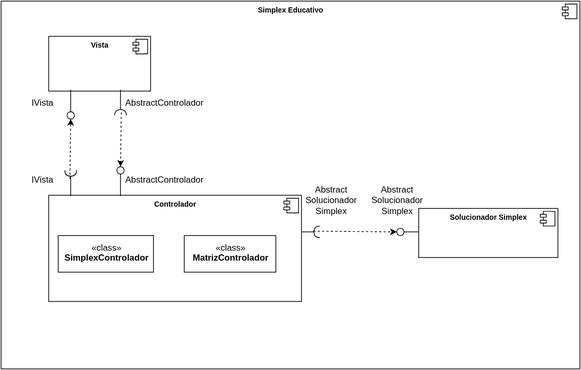
Earlier version of the draw.io export Diagramas/Componentes.svg (fm0195/Simplex_Educativo). Source tidied: cells renumbered, new cells last; positions are measured from the earlier drawing's top-left corner, leaving out a move shared by most shapes.
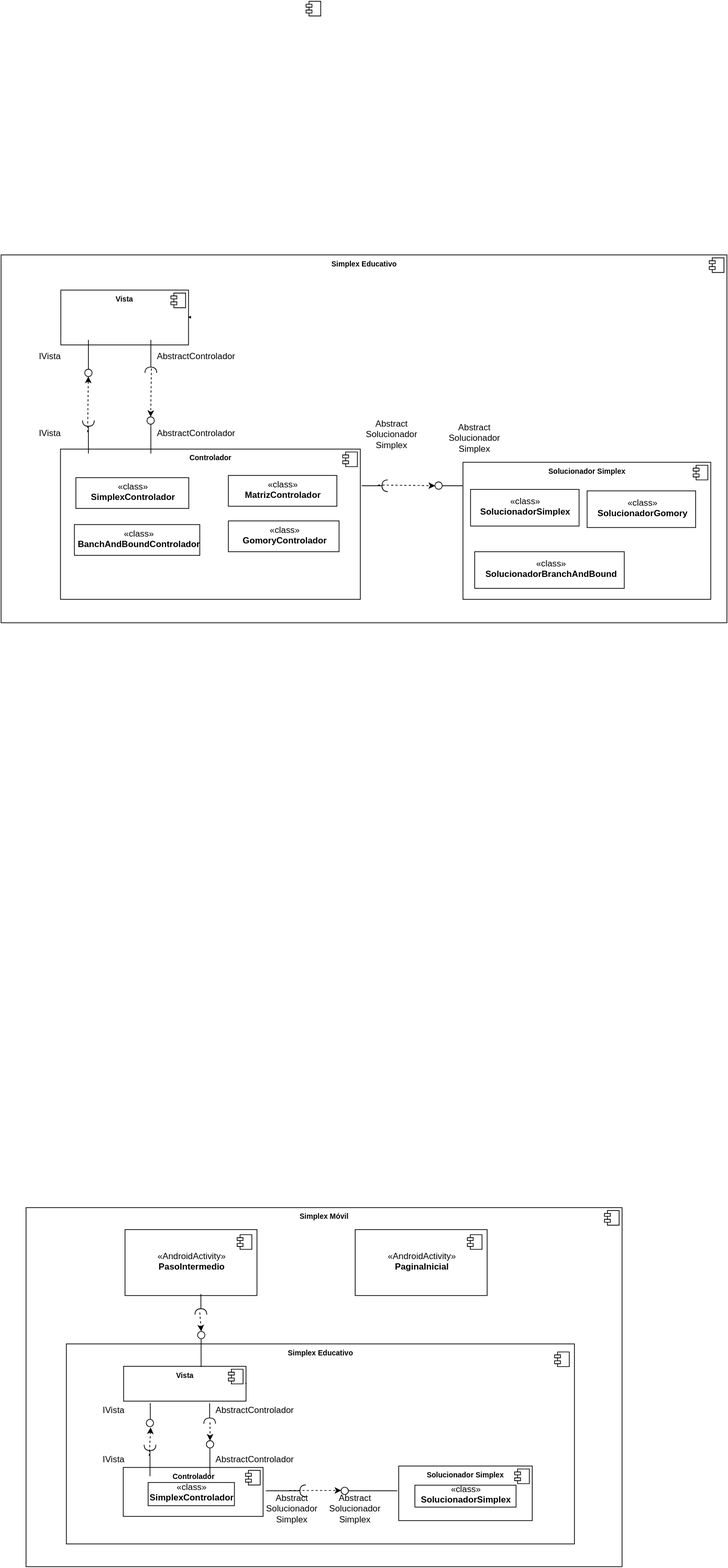
After the change.

Change to the diagram source:
```diff
@@ -3,7 +3,7 @@
     <mxCell id="0" style="html=1;" />
     <mxCell id="1" style="html=1;" parent="0" />
     <mxCell id="2" value="&lt;p style=&quot;margin: 0px ; margin-top: 6px ; text-align: center&quot;&gt;&lt;b&gt;Simplex Educativo&lt;/b&gt;&lt;/p&gt;" style="align=left;overflow=fill;html=1;fontSize=10;" parent="1" vertex="1">
-      <mxGeometry width="790" height="502" as="geometry" />
+      <mxGeometry width="990" height="502" as="geometry" />
     </mxCell>
     <mxCell id="3" style="shape=component;jettyWidth=8;jettyHeight=4;" parent="2" vertex="1">
       <mxGeometry x="1" width="20" height="20" relative="1" as="geometry">
@@ -11,7 +11,7 @@
       </mxGeometry>
     </mxCell>
     <mxCell id="4" value="&lt;p style=&quot;margin: 0px ; margin-top: 6px ; text-align: center&quot;&gt;&lt;b&gt;Vista&lt;/b&gt;&lt;/p&gt;" style="align=left;overflow=fill;html=1;fontSize=10;" parent="2" vertex="1">
-      <mxGeometry x="65" y="48.1" width="139" height="74.8" as="geometry" />
+      <mxGeometry x="81.5" y="48.1" width="174.2" height="74.8" as="geometry" />
     </mxCell>
     <mxCell id="5" style="shape=component;jettyWidth=8;jettyHeight=4;" parent="4" vertex="1">
       <mxGeometry x="1" width="20" height="20" relative="1" as="geometry">
@@ -19,7 +19,7 @@
       </mxGeometry>
     </mxCell>
     <mxCell id="6" value="&lt;p style=&quot;margin: 0px ; margin-top: 6px ; text-align: center&quot;&gt;&lt;b&gt;Controlador&lt;/b&gt;&lt;/p&gt;" style="align=left;overflow=fill;html=1;fontSize=10;" parent="2" vertex="1">
-      <mxGeometry x="65" y="265" width="345" height="145" as="geometry" />
+      <mxGeometry x="81" y="265" width="409" height="205" as="geometry" />
     </mxCell>
     <mxCell id="7" style="shape=component;jettyWidth=8;jettyHeight=4;" parent="6" vertex="1">
       <mxGeometry x="1" width="20" height="20" relative="1" as="geometry">
@@ -27,72 +27,214 @@
       </mxGeometry>
     </mxCell>
     <mxCell id="8" value="«class»&lt;br&gt;&lt;b&gt;SimplexControlador&lt;/b&gt;" style="html=1;" parent="6" vertex="1">
-      <mxGeometry x="13" y="55" width="130" height="50" as="geometry" />
+      <mxGeometry x="21" y="39" width="154" height="42" as="geometry" />
     </mxCell>
     <mxCell id="9" value="«class»&lt;br&gt;&lt;b&gt;MatrizControlador&lt;/b&gt;" style="html=1;" parent="6" vertex="1">
-      <mxGeometry x="185" y="55" width="125" height="50" as="geometry" />
+      <mxGeometry x="229" y="36" width="148" height="42" as="geometry" />
     </mxCell>
+    <mxCell id="29" value="«class»&lt;br&gt;&lt;b&gt;BanchAndBoundControlador&lt;/b&gt;" style="html=1;" parent="6" vertex="1">
+      <mxGeometry x="19" y="103" width="171" height="42" as="geometry" />
+    </mxCell>
+    <mxCell id="30" value="«class»&lt;br&gt;&lt;b&gt;GomoryControlador&lt;/b&gt;" style="html=1;" parent="6" vertex="1">
+      <mxGeometry x="229" y="98" width="151" height="42" as="geometry" />
+    </mxCell>
     <mxCell id="10" value="&lt;p style=&quot;margin: 0px ; margin-top: 6px ; text-align: center&quot;&gt;&lt;b&gt;Solucionador Simplex&lt;/b&gt;&lt;/p&gt;" style="align=left;overflow=fill;html=1;fontSize=10;" parent="2" vertex="1">
-      <mxGeometry x="570" y="283" width="190" height="67" as="geometry" />
+      <mxGeometry x="630" y="283" width="338" height="187" as="geometry" />
     </mxCell>
     <mxCell id="11" style="shape=component;jettyWidth=8;jettyHeight=4;" parent="10" vertex="1">
       <mxGeometry x="1" width="20" height="20" relative="1" as="geometry">
         <mxPoint x="-24" y="4" as="offset" />
       </mxGeometry>
     </mxCell>
+    <mxCell id="31" value="«class»&lt;br&gt;&lt;b&gt;SolucionadorSimplex&lt;/b&gt;" style="html=1;" parent="10" vertex="1">
+      <mxGeometry x="10.3" y="37" width="148" height="50" as="geometry" />
+    </mxCell>
+    <mxCell id="32" value="«class»&lt;br&gt;&lt;b&gt;SolucionadorBranchAndBound&lt;/b&gt;" style="html=1;" parent="10" vertex="1">
+      <mxGeometry x="16" y="122" width="204" height="50" as="geometry" />
+    </mxCell>
+    <mxCell id="33" value="«class»&lt;br&gt;&lt;b&gt;SolucionadorGomory&lt;/b&gt;" style="html=1;" parent="10" vertex="1">
+      <mxGeometry x="169.3" y="39" width="148" height="50" as="geometry" />
+    </mxCell>
     <mxCell id="12" style="edgeStyle=none;rounded=0;html=1;exitX=1;exitY=0.5;dashed=1;startFill=0;endArrow=block;endFill=1;jettySize=auto;orthogonalLoop=1;fontSize=10;" parent="2" edge="1" source="4" target="4">
       <mxGeometry relative="1" as="geometry" />
     </mxCell>
     <mxCell id="13" style="shape=requires;direction=north;html=1;rotation=-90;" parent="2" vertex="1">
-      <mxGeometry x="143" y="131" width="40" height="20" as="geometry" />
+      <mxGeometry x="179.2" y="131" width="50.1" height="20" as="geometry" />
     </mxCell>
     <mxCell id="14" style="shape=lollipop;direction=south;html=1;rotation=-90;" parent="2" vertex="1">
-      <mxGeometry x="143" y="241" width="40" height="10" as="geometry" />
+      <mxGeometry x="179.2" y="241" width="50.1" height="10" as="geometry" />
     </mxCell>
     <mxCell id="15" value="AbstractControlador" style="text;html=1;align=left;verticalAlign=top;spacingTop=-4;" parent="2" vertex="1">
-      <mxGeometry x="168" y="131" width="120" height="20" as="geometry" />
+      <mxGeometry x="210.5" y="131" width="120" height="20" as="geometry" />
     </mxCell>
     <mxCell id="16" value="AbstractControlador" style="text;html=1;align=left;verticalAlign=top;spacingTop=-4;" parent="2" vertex="1">
-      <mxGeometry x="168" y="236" width="120" height="20" as="geometry" />
+      <mxGeometry x="210.5" y="236" width="120" height="20" as="geometry" />
     </mxCell>
     <mxCell id="17" style="endArrow=classic;html=1;dashed=1;exitX=0.45;exitY=0.225;exitPerimeter=0;entryX=0.5;entryY=0;entryPerimeter=0;" parent="2" edge="1" source="13" target="14">
       <mxGeometry relative="1" as="geometry" />
     </mxCell>
     <mxCell id="18" style="shape=lollipop;direction=south;html=1;rotation=90;" parent="2" vertex="1">
-      <mxGeometry x="75" y="136" width="40" height="10" as="geometry" />
+      <mxGeometry x="94" y="136" width="50.1" height="10" as="geometry" />
     </mxCell>
     <mxCell id="19" style="shape=requires;direction=north;html=1;rotation=90;" parent="2" vertex="1">
-      <mxGeometry x="75" y="236" width="40" height="20" as="geometry" />
+      <mxGeometry x="94" y="236" width="50.1" height="20" as="geometry" />
     </mxCell>
     <mxCell id="20" style="endArrow=classic;html=1;dashed=1;exitX=0.45;exitY=0.425;exitPerimeter=0;entryX=0.5;entryY=0;entryPerimeter=0;" parent="2" edge="1" source="19" target="18">
       <mxGeometry relative="1" as="geometry" />
     </mxCell>
     <mxCell id="21" value="IVista" style="text;html=1;align=left;verticalAlign=top;spacingTop=-4;" parent="2" vertex="1">
-      <mxGeometry x="40" y="131" width="50" height="20" as="geometry" />
+      <mxGeometry x="50.1" y="131" width="50" height="20" as="geometry" />
     </mxCell>
     <mxCell id="22" value="IVista" style="text;html=1;align=left;verticalAlign=top;spacingTop=-4;" parent="2" vertex="1">
-      <mxGeometry x="40" y="236" width="50" height="20" as="geometry" />
+      <mxGeometry x="50.1" y="236" width="50" height="20" as="geometry" />
     </mxCell>
     <mxCell id="23" style="shape=lollipop;direction=south;html=1;rotation=180;" parent="2" vertex="1">
-      <mxGeometry x="540" y="310" width="30" height="10" as="geometry" />
+      <mxGeometry x="592" y="310" width="37.6" height="10" as="geometry" />
     </mxCell>
     <mxCell id="24" style="shape=requires;direction=north;html=1;rotation=180;" parent="2" vertex="1">
-      <mxGeometry x="410" y="305" width="30" height="20" as="geometry" />
+      <mxGeometry x="491.9" y="305" width="40.6" height="20" as="geometry" />
     </mxCell>
     <mxCell id="25" value="Abstract&lt;div&gt;Solucionador&lt;/div&gt;&lt;div&gt;Simplex&lt;/div&gt;" style="text;html=1;strokeColor=none;fillColor=none;align=center;verticalAlign=middle;whiteSpace=wrap;" parent="2" vertex="1">
-      <mxGeometry x="500" y="251" width="80" height="45" as="geometry" />
+      <mxGeometry x="595.8" y="229" width="100.3" height="45" as="geometry" />
     </mxCell>
     <mxCell id="26" value="Abstract&lt;div&gt;Solucionador&lt;/div&gt;&lt;div&gt;Simplex&lt;/div&gt;" style="text;html=1;strokeColor=none;fillColor=none;align=center;verticalAlign=middle;whiteSpace=wrap;" parent="2" vertex="1">
-      <mxGeometry x="410" y="251" width="80" height="45" as="geometry" />
+      <mxGeometry x="482.8" y="224" width="100.3" height="45" as="geometry" />
     </mxCell>
     <mxCell id="27" style="endArrow=classic;html=1;dashed=1;exitX=0.45;exitY=0.467;exitPerimeter=0;entryX=0.5;entryY=0;entryPerimeter=0;" parent="2" edge="1" source="24" target="23">
       <mxGeometry relative="1" as="geometry" />
     </mxCell>
     <mxCell id="28" style="edgeStyle=orthogonalEdgeStyle;rounded=0;html=1;exitX=0.5;exitY=0;exitPerimeter=0;entryX=0.5;entryY=0;entryPerimeter=0;dashed=1;startArrow=none;startFill=0;endArrow=open;endFill=0;jettySize=auto;orthogonalLoop=1;" parent="1" edge="1">
       <mxGeometry relative="1" as="geometry">
-        <mxPoint x="165" y="175" as="sourcePoint" />
-        <mxPoint x="165" y="175" as="targetPoint" />
+        <mxPoint x="165" y="170" as="sourcePoint" />
+        <mxPoint x="165" y="170" as="targetPoint" />
       </mxGeometry>
     </mxCell>
+    <mxCell id="34" value="&lt;p style=&quot;margin: 0px ; margin-top: 6px ; text-align: center&quot;&gt;&lt;b&gt;Simplex Móvil&lt;/b&gt;&lt;/p&gt;" style="align=left;overflow=fill;html=1;fontSize=10;" parent="1" vertex="1">
+      <mxGeometry x="34" y="1300" width="813" height="490" as="geometry" />
+    </mxCell>
+    <mxCell id="35" style="shape=component;jettyWidth=8;jettyHeight=4;" parent="34" vertex="1">
+      <mxGeometry x="1" width="20" height="20" relative="1" as="geometry">
+        <mxPoint x="-24" y="4" as="offset" />
+      </mxGeometry>
+    </mxCell>
+    <mxCell id="36" value="&lt;p style=&quot;margin: 0px ; margin-top: 6px ; text-align: center&quot;&gt;&lt;b&gt;Simplex Educativo&lt;/b&gt;&lt;/p&gt;" style="align=left;overflow=fill;html=1;fontSize=10;" parent="34" vertex="1">
+      <mxGeometry x="55" y="186" width="693" height="272.9" as="geometry" />
+    </mxCell>
+    <mxCell id="37" value="&lt;p style=&quot;margin: 0px ; margin-top: 6px ; text-align: center&quot;&gt;&lt;b&gt;Vista&lt;/b&gt;&lt;/p&gt;" style="align=left;overflow=fill;html=1;fontSize=10;" parent="34" vertex="1">
+      <mxGeometry x="133.1" y="216.6" width="167" height="47.6" as="geometry" />
+    </mxCell>
+    <mxCell id="38" style="shape=component;jettyWidth=8;jettyHeight=4;" parent="37" vertex="1">
+      <mxGeometry x="1" width="20" height="20" relative="1" as="geometry">
+        <mxPoint x="-24" y="4" as="offset" />
+      </mxGeometry>
+    </mxCell>
+    <mxCell id="39" value="&lt;p style=&quot;margin: 0px ; margin-top: 6px ; text-align: center&quot;&gt;&lt;b&gt;Controlador&lt;/b&gt;&lt;/p&gt;" style="align=left;overflow=fill;html=1;fontSize=10;" parent="34" vertex="1">
+      <mxGeometry x="132.6" y="354.6" width="190.7" height="66.8" as="geometry" />
+    </mxCell>
+    <mxCell id="40" style="shape=component;jettyWidth=8;jettyHeight=4;" parent="39" vertex="1">
+      <mxGeometry x="1" width="20" height="20" relative="1" as="geometry">
+        <mxPoint x="-24" y="4" as="offset" />
+      </mxGeometry>
+    </mxCell>
+    <mxCell id="41" value="«class»&lt;br&gt;&lt;b&gt;SimplexControlador&lt;/b&gt;" style="html=1;" parent="39" vertex="1">
+      <mxGeometry x="33.9" y="20.5" width="117.7" height="31.7" as="geometry" />
+    </mxCell>
+    <mxCell id="42" value="&lt;p style=&quot;margin: 0px ; margin-top: 6px ; text-align: center&quot;&gt;&lt;b&gt;Solucionador Simplex&lt;/b&gt;&lt;/p&gt;" style="align=left;overflow=fill;html=1;fontSize=10;" parent="34" vertex="1">
+      <mxGeometry x="508.4" y="352.7" width="182.1" height="74.4" as="geometry" />
+    </mxCell>
+    <mxCell id="43" style="shape=component;jettyWidth=8;jettyHeight=4;" parent="42" vertex="1">
+      <mxGeometry x="1" width="20" height="20" relative="1" as="geometry">
+        <mxPoint x="-24" y="4" as="offset" />
+      </mxGeometry>
+    </mxCell>
+    <mxCell id="44" value="«class»&lt;br&gt;&lt;b&gt;SolucionadorSimplex&lt;/b&gt;" style="html=1;" parent="42" vertex="1">
+      <mxGeometry x="22" y="26.1" width="138" height="29.9" as="geometry" />
+    </mxCell>
+    <mxCell id="45" style="edgeStyle=none;rounded=0;html=1;exitX=1;exitY=0.5;dashed=1;startFill=0;endArrow=block;endFill=1;jettySize=auto;orthogonalLoop=1;fontSize=10;" parent="34" edge="1" source="37" target="37">
+      <mxGeometry relative="1" as="geometry" />
+    </mxCell>
+    <mxCell id="46" style="shape=requires;direction=north;html=1;rotation=-90;" parent="34" vertex="1">
+      <mxGeometry x="234" y="277" width="33" height="13" as="geometry" />
+    </mxCell>
+    <mxCell id="47" style="shape=lollipop;direction=south;html=1;rotation=-90;" parent="34" vertex="1">
+      <mxGeometry x="226.8" y="339.3" width="48" height="6.4" as="geometry" />
+    </mxCell>
+    <mxCell id="48" value="AbstractControlador" style="text;html=1;align=left;verticalAlign=top;spacingTop=-4;" parent="34" vertex="1">
+      <mxGeometry x="256.8" y="269.3" width="120" height="20" as="geometry" />
+    </mxCell>
+    <mxCell id="49" value="AbstractControlador" style="text;html=1;align=left;verticalAlign=top;spacingTop=-4;" parent="34" vertex="1">
+      <mxGeometry x="256.8" y="336.2" width="120" height="20" as="geometry" />
+    </mxCell>
+    <mxCell id="50" style="endArrow=classic;html=1;dashed=1;exitX=0.45;exitY=0.225;exitPerimeter=0;entryX=0.5;entryY=0;entryPerimeter=0;" parent="34" edge="1" source="46" target="47">
+      <mxGeometry relative="1" as="geometry" />
+    </mxCell>
+    <mxCell id="51" style="shape=lollipop;direction=south;html=1;rotation=90;" parent="34" vertex="1">
+      <mxGeometry x="153" y="280" width="33" height="6" as="geometry" />
+    </mxCell>
+    <mxCell id="52" style="shape=requires;direction=north;html=1;rotation=90;" parent="34" vertex="1">
+      <mxGeometry x="145.1" y="336.2" width="48" height="12.7" as="geometry" />
+    </mxCell>
+    <mxCell id="53" style="endArrow=classic;html=1;dashed=1;exitX=0.45;exitY=0.425;exitPerimeter=0;entryX=0.5;entryY=0;entryPerimeter=0;" parent="34" edge="1" source="52" target="51">
+      <mxGeometry relative="1" as="geometry" />
+    </mxCell>
+    <mxCell id="54" value="IVista" style="text;html=1;align=left;verticalAlign=top;spacingTop=-4;" parent="34" vertex="1">
+      <mxGeometry x="103" y="269.3" width="50" height="20" as="geometry" />
+    </mxCell>
+    <mxCell id="55" value="IVista" style="text;html=1;align=left;verticalAlign=top;spacingTop=-4;" parent="34" vertex="1">
+      <mxGeometry x="103" y="336.2" width="50" height="20" as="geometry" />
+    </mxCell>
+    <mxCell id="56" style="shape=lollipop;direction=south;html=1;rotation=180;" parent="34" vertex="1">
+      <mxGeometry x="429.8" y="383.2" width="76.7" height="6.4" as="geometry" />
+    </mxCell>
+    <mxCell id="57" style="shape=requires;direction=north;html=1;rotation=180;" parent="34" vertex="1">
+      <mxGeometry x="327.2" y="380.1" width="59.4" height="12.7" as="geometry" />
+    </mxCell>
+    <mxCell id="58" value="Abstract&lt;div&gt;Solucionador&lt;/div&gt;&lt;div&gt;Simplex&lt;/div&gt;" style="text;html=1;strokeColor=none;fillColor=none;align=center;verticalAlign=middle;whiteSpace=wrap;" parent="34" vertex="1">
+      <mxGeometry x="400.9" y="398.5" width="96.1" height="28.6" as="geometry" />
+    </mxCell>
+    <mxCell id="59" value="Abstract&lt;div&gt;Solucionador&lt;/div&gt;&lt;div&gt;Simplex&lt;/div&gt;" style="text;html=1;strokeColor=none;fillColor=none;align=center;verticalAlign=middle;whiteSpace=wrap;" parent="34" vertex="1">
+      <mxGeometry x="314.6" y="398.5" width="96.1" height="28.6" as="geometry" />
+    </mxCell>
+    <mxCell id="60" style="endArrow=classic;html=1;dashed=1;exitX=0.45;exitY=0.467;exitPerimeter=0;entryX=0.5;entryY=0;entryPerimeter=0;" parent="34" edge="1" source="57" target="56">
+      <mxGeometry relative="1" as="geometry" />
+    </mxCell>
+    <mxCell id="61" style="shape=component;jettyWidth=8;jettyHeight=4;" parent="34" vertex="1">
+      <mxGeometry x="721" y="197" width="20" height="20" as="geometry">
+        <mxPoint x="-24" y="4" as="offset" />
+      </mxGeometry>
+    </mxCell>
+    <mxCell id="62" value="«AndroidActivity»&lt;br&gt;&lt;b&gt;PaginaInicial&lt;/b&gt;" style="html=1;" parent="34" vertex="1">
+      <mxGeometry x="449" y="30" width="180" height="90" as="geometry" />
+    </mxCell>
+    <mxCell id="63" style="shape=component;jettyWidth=8;jettyHeight=4;" parent="62" vertex="1">
+      <mxGeometry x="1" width="20" height="20" relative="1" as="geometry">
+        <mxPoint x="-27" y="7" as="offset" />
+      </mxGeometry>
+    </mxCell>
+    <mxCell id="64" value="«AndroidActivity»&lt;br&gt;&lt;b&gt;PasoIntermedio&lt;/b&gt;" style="html=1;" parent="34" vertex="1">
+      <mxGeometry x="135" y="30" width="180" height="90" as="geometry" />
+    </mxCell>
+    <mxCell id="65" style="shape=component;jettyWidth=8;jettyHeight=4;" parent="64" vertex="1">
+      <mxGeometry x="1" width="20" height="20" relative="1" as="geometry">
+        <mxPoint x="-27" y="7" as="offset" />
+      </mxGeometry>
+    </mxCell>
+    <mxCell id="66" style="shape=requires;direction=north;html=1;rotation=-90;" parent="34" vertex="1">
+      <mxGeometry x="222" y="128" width="33" height="13" as="geometry" />
+    </mxCell>
+    <mxCell id="67" style="shape=lollipop;direction=south;html=1;rotation=-90;" parent="34" vertex="1">
+      <mxGeometry x="214.8" y="190.3" width="48" height="6.4" as="geometry" />
+    </mxCell>
+    <mxCell id="68" style="endArrow=classic;html=1;dashed=1;exitX=0.615;exitY=0.242;exitPerimeter=0;entryX=0.5;entryY=0;entryPerimeter=0;" parent="34" edge="1" source="66" target="67">
+      <mxGeometry relative="1" as="geometry" />
+    </mxCell>
+    <mxCell id="69" style="shape=component;jettyWidth=8;jettyHeight=4;" parent="1" vertex="1">
+      <mxGeometry x="1" width="20" height="20" relative="1" as="geometry">
+        <mxPoint x="-24" y="4" as="offset" />
+      </mxGeometry>
+    </mxCell>
+    <mxCell id="70" style="group;" parent="1" vertex="1">
+      <mxGeometry x="27" y="831" width="693" height="439" as="geometry" />
+    </mxCell>
   </root>
 </mxGraphModel>
```
